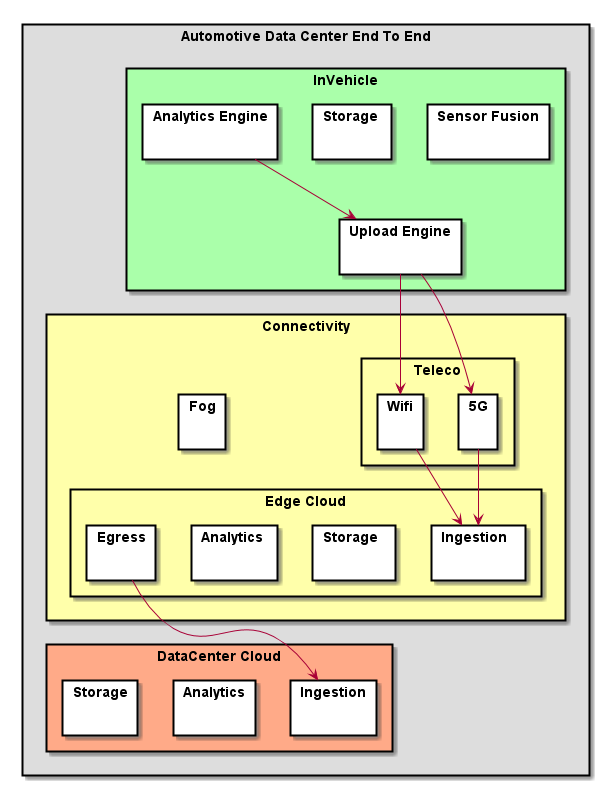
This is docs/End2EndDataFlow.png from CAADE/ADC, a PlantUML export, as it was before one commit.
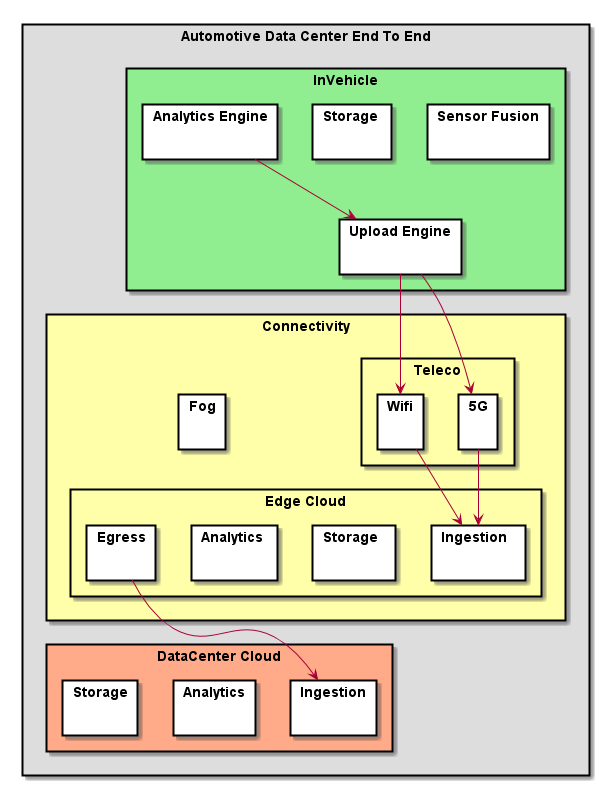
Later version of the same file.

What changed in the source:
```diff
@@ -21,7 +21,7 @@
     }
     package Fog { }
   }
-  package InVehicle #aaffaa {
+  package InVehicle #lightgreen {
       package "Sensor Fusion" { }
       package "Storage " { }
       package "Analytics Engine" { }
```
